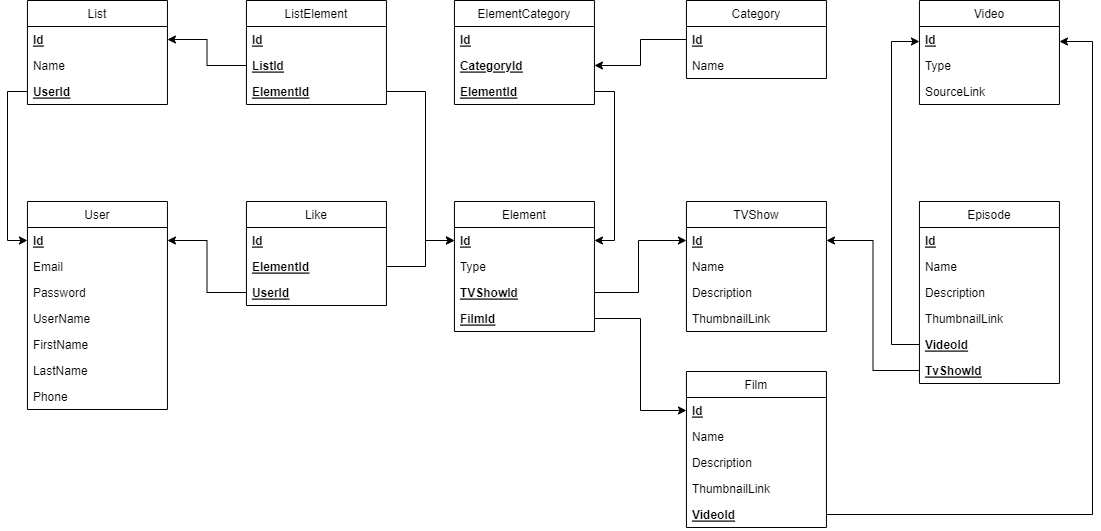
Guiliguigui/GuiFlix keeps this draw.io diagram as ClassDiagram.png. Above is the earlier version. Source tidied: cells renumbered, new cells last; positions are measured from the earlier drawing's top-left corner, leaving out a move shared by most shapes.
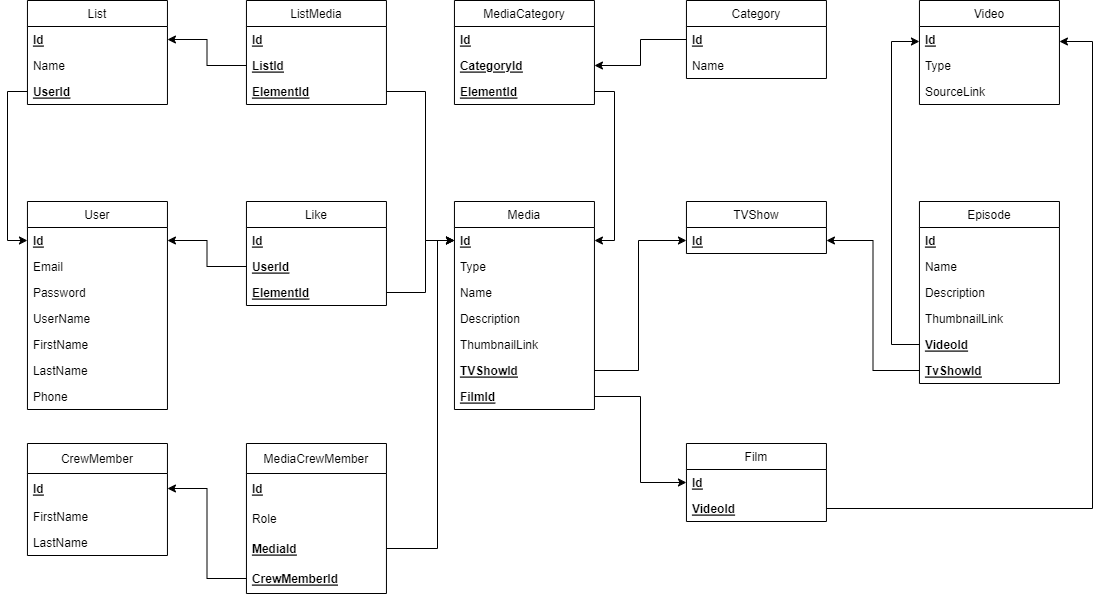
The same diagram one commit later.

Diff of the diagram source:
```diff
@@ -60,37 +60,19 @@
       <mxGeometry y="156" width="140" height="26" as="geometry" />
     </mxCell>
     <mxCell id="21" value="TVShow" style="swimlane;fontStyle=0;horizontal=1;startSize=26;fillColor=none;rounded=0;" parent="1" vertex="1">
-      <mxGeometry x="659" y="201" width="140" height="130" as="geometry" />
+      <mxGeometry x="659" y="201" width="140" height="52" as="geometry" />
     </mxCell>
     <mxCell id="22" value="Id" style="text;strokeColor=none;fillColor=none;align=left;verticalAlign=top;spacingLeft=4;spacingRight=4;overflow=hidden;points=[[0,0.5],[1,0.5]];portConstraint=eastwest;fontStyle=5;rounded=0;" parent="21" vertex="1">
       <mxGeometry y="26" width="140" height="26" as="geometry" />
     </mxCell>
-    <mxCell id="23" value="Name" style="text;strokeColor=none;fillColor=none;align=left;verticalAlign=top;spacingLeft=4;spacingRight=4;overflow=hidden;rounded=0;" parent="21" vertex="1">
-      <mxGeometry y="52" width="140" height="26" as="geometry" />
-    </mxCell>
-    <mxCell id="24" value="Description" style="text;strokeColor=none;fillColor=none;align=left;verticalAlign=top;spacingLeft=4;spacingRight=4;overflow=hidden;rounded=0;" parent="21" vertex="1">
-      <mxGeometry y="78" width="140" height="26" as="geometry" />
-    </mxCell>
-    <mxCell id="25" value="ThumbnailLink" style="text;strokeColor=none;fillColor=none;align=left;verticalAlign=top;spacingLeft=4;spacingRight=4;overflow=hidden;rounded=0;" parent="21" vertex="1">
-      <mxGeometry y="104" width="140" height="26" as="geometry" />
-    </mxCell>
     <mxCell id="26" value="Film" style="swimlane;fontStyle=0;horizontal=1;startSize=26;fillColor=none;rounded=0;" parent="1" vertex="1">
-      <mxGeometry x="659" y="371" width="140" height="156" as="geometry" />
+      <mxGeometry x="659" y="443" width="140" height="78" as="geometry" />
     </mxCell>
     <mxCell id="27" value="Id" style="text;strokeColor=none;fillColor=none;align=left;verticalAlign=top;spacingLeft=4;spacingRight=4;overflow=hidden;points=[[0,0.5],[1,0.5]];portConstraint=eastwest;fontStyle=5;rounded=0;" parent="26" vertex="1">
       <mxGeometry y="26" width="140" height="26" as="geometry" />
     </mxCell>
-    <mxCell id="28" value="Name" style="text;strokeColor=none;fillColor=none;align=left;verticalAlign=top;spacingLeft=4;spacingRight=4;overflow=hidden;rounded=0;" parent="26" vertex="1">
-      <mxGeometry y="52" width="140" height="26" as="geometry" />
-    </mxCell>
-    <mxCell id="29" value="Description" style="text;strokeColor=none;fillColor=none;align=left;verticalAlign=top;spacingLeft=4;spacingRight=4;overflow=hidden;rounded=0;" parent="26" vertex="1">
-      <mxGeometry y="78" width="140" height="26" as="geometry" />
-    </mxCell>
-    <mxCell id="30" value="ThumbnailLink" style="text;strokeColor=none;fillColor=none;align=left;verticalAlign=top;spacingLeft=4;spacingRight=4;overflow=hidden;rounded=0;" parent="26" vertex="1">
-      <mxGeometry y="104" width="140" height="26" as="geometry" />
-    </mxCell>
     <mxCell id="31" value="VideoId" style="text;strokeColor=none;fillColor=none;align=left;verticalAlign=top;spacingLeft=4;spacingRight=4;overflow=hidden;points=[[0,0.5],[1,0.5]];portConstraint=eastwest;fontStyle=5;rounded=0;" parent="26" vertex="1">
-      <mxGeometry y="130" width="140" height="26" as="geometry" />
+      <mxGeometry y="52" width="140" height="26" as="geometry" />
     </mxCell>
     <mxCell id="32" value="List" style="swimlane;fontStyle=0;horizontal=1;startSize=26;fillColor=none;rounded=0;" parent="1" vertex="1">
       <mxGeometry width="140" height="104" as="geometry" />
@@ -104,8 +86,8 @@
     <mxCell id="35" value="UserId" style="text;strokeColor=none;fillColor=none;align=left;verticalAlign=top;spacingLeft=4;spacingRight=4;overflow=hidden;points=[[0,0.5],[1,0.5]];portConstraint=eastwest;fontStyle=5;rounded=0;" parent="32" vertex="1">
       <mxGeometry y="78" width="140" height="26" as="geometry" />
     </mxCell>
-    <mxCell id="36" value="Element" style="swimlane;fontStyle=0;horizontal=1;startSize=26;fillColor=none;rounded=0;" parent="1" vertex="1">
-      <mxGeometry x="426.9" y="201" width="140" height="130" as="geometry" />
+    <mxCell id="36" value="Media" style="swimlane;fontStyle=0;horizontal=1;startSize=26;fillColor=none;rounded=0;" parent="1" vertex="1">
+      <mxGeometry x="426.9" y="201" width="140" height="208" as="geometry" />
     </mxCell>
     <mxCell id="37" value="Id" style="text;strokeColor=none;fillColor=none;align=left;verticalAlign=top;spacingLeft=4;spacingRight=4;overflow=hidden;points=[[0,0.5],[1,0.5]];portConstraint=eastwest;fontStyle=5;rounded=0;" parent="36" vertex="1">
       <mxGeometry y="26" width="140" height="26" as="geometry" />
@@ -113,11 +95,20 @@
     <mxCell id="38" value="Type" style="text;strokeColor=none;fillColor=none;align=left;verticalAlign=top;spacingLeft=4;spacingRight=4;overflow=hidden;rounded=0;" parent="36" vertex="1">
       <mxGeometry y="52" width="140" height="26" as="geometry" />
     </mxCell>
+    <mxCell id="23" value="Name" style="text;strokeColor=none;fillColor=none;align=left;verticalAlign=top;spacingLeft=4;spacingRight=4;overflow=hidden;rounded=0;" parent="36" vertex="1">
+      <mxGeometry y="78" width="140" height="26" as="geometry" />
+    </mxCell>
+    <mxCell id="29" value="Description" style="text;strokeColor=none;fillColor=none;align=left;verticalAlign=top;spacingLeft=4;spacingRight=4;overflow=hidden;rounded=0;" parent="36" vertex="1">
+      <mxGeometry y="104" width="140" height="26" as="geometry" />
+    </mxCell>
+    <mxCell id="30" value="ThumbnailLink" style="text;strokeColor=none;fillColor=none;align=left;verticalAlign=top;spacingLeft=4;spacingRight=4;overflow=hidden;rounded=0;" parent="36" vertex="1">
+      <mxGeometry y="130" width="140" height="26" as="geometry" />
+    </mxCell>
     <mxCell id="39" value="TVShowId" style="text;strokeColor=none;fillColor=none;align=left;verticalAlign=top;spacingLeft=4;spacingRight=4;overflow=hidden;points=[[0,0.5],[1,0.5]];portConstraint=eastwest;fontStyle=5;rounded=0;" parent="36" vertex="1">
-      <mxGeometry y="78" width="140" height="26" as="geometry" />
+      <mxGeometry y="156" width="140" height="26" as="geometry" />
     </mxCell>
     <mxCell id="40" value="FilmId" style="text;strokeColor=none;fillColor=none;align=left;verticalAlign=top;spacingLeft=4;spacingRight=4;overflow=hidden;points=[[0,0.5],[1,0.5]];portConstraint=eastwest;fontStyle=5;rounded=0;" parent="36" vertex="1">
-      <mxGeometry y="104" width="140" height="26" as="geometry" />
+      <mxGeometry y="182" width="140" height="26" as="geometry" />
     </mxCell>
     <mxCell id="41" value="Category" style="swimlane;fontStyle=0;horizontal=1;startSize=26;fillColor=none;rounded=0;" parent="1" vertex="1">
       <mxGeometry x="659" width="140" height="78" as="geometry" />
@@ -131,7 +122,7 @@
     <mxCell id="44" style="edgeStyle=orthogonalEdgeStyle;rounded=0;jettySize=auto;html=1;exitX=0;exitY=0.5;exitDx=0;exitDy=0;entryX=0;entryY=0.5;entryDx=0;entryDy=0;" parent="1" edge="1" source="35" target="3">
       <mxGeometry relative="1" as="geometry" />
     </mxCell>
-    <mxCell id="45" value="ListElement" style="swimlane;fontStyle=0;horizontal=1;startSize=26;fillColor=none;rounded=0;" parent="1" vertex="1">
+    <mxCell id="45" value="ListMedia" style="swimlane;fontStyle=0;horizontal=1;startSize=26;fillColor=none;rounded=0;" parent="1" vertex="1">
       <mxGeometry x="218.9" width="140" height="104" as="geometry" />
     </mxCell>
     <mxCell id="46" value="Id" style="text;strokeColor=none;fillColor=none;align=left;verticalAlign=top;spacingLeft=4;spacingRight=4;overflow=hidden;fontStyle=5;rounded=0;" parent="45" vertex="1">
@@ -165,7 +156,7 @@
     <mxCell id="52" style="edgeStyle=orthogonalEdgeStyle;rounded=0;jettySize=auto;html=1;exitX=1;exitY=0.5;exitDx=0;exitDy=0;entryX=0;entryY=0.5;entryDx=0;entryDy=0;" parent="1" edge="1" source="39" target="22">
       <mxGeometry relative="1" as="geometry">
         <Array as="points">
-          <mxPoint x="611" y="292" />
+          <mxPoint x="611" y="370" />
           <mxPoint x="611" y="240" />
         </Array>
       </mxGeometry>
@@ -173,7 +164,7 @@
     <mxCell id="53" style="edgeStyle=orthogonalEdgeStyle;rounded=0;jettySize=auto;html=1;exitX=1;exitY=0.5;exitDx=0;exitDy=0;entryX=0;entryY=0.5;entryDx=0;entryDy=0;" parent="1" edge="1" source="40" target="27">
       <mxGeometry relative="1" as="geometry" />
     </mxCell>
-    <mxCell id="54" value="ElementCategory" style="swimlane;fontStyle=0;horizontal=1;startSize=26;fillColor=none;rounded=0;" parent="1" vertex="1">
+    <mxCell id="54" value="MediaCategory" style="swimlane;fontStyle=0;horizontal=1;startSize=26;fillColor=none;rounded=0;" parent="1" vertex="1">
       <mxGeometry x="426.9" width="140" height="104" as="geometry" />
     </mxCell>
     <mxCell id="55" value="Id" style="text;strokeColor=none;fillColor=none;align=left;verticalAlign=top;spacingLeft=4;spacingRight=4;overflow=hidden;fontStyle=5;rounded=0;" parent="54" vertex="1">
@@ -202,16 +193,16 @@
     <mxCell id="61" value="Id" style="text;strokeColor=none;fillColor=none;align=left;verticalAlign=top;spacingLeft=4;spacingRight=4;overflow=hidden;fontStyle=5;rounded=0;" parent="60" vertex="1">
       <mxGeometry y="26" width="140" height="26" as="geometry" />
     </mxCell>
+    <mxCell id="63" value="UserId" style="text;strokeColor=none;fillColor=none;align=left;verticalAlign=top;spacingLeft=4;spacingRight=4;overflow=hidden;points=[[0,0.5],[1,0.5]];portConstraint=eastwest;fontStyle=5;rounded=0;" parent="60" vertex="1">
+      <mxGeometry y="52" width="140" height="26" as="geometry" />
+    </mxCell>
     <mxCell id="62" value="ElementId" style="text;strokeColor=none;fillColor=none;align=left;verticalAlign=top;spacingLeft=4;spacingRight=4;overflow=hidden;points=[[0,0.5],[1,0.5]];portConstraint=eastwest;fontStyle=5;rounded=0;" parent="60" vertex="1">
-      <mxGeometry y="52" width="140" height="26" as="geometry" />
+      <mxGeometry y="78" width="140" height="26" as="geometry" />
     </mxCell>
-    <mxCell id="63" value="UserId" style="text;strokeColor=none;fillColor=none;align=left;verticalAlign=top;spacingLeft=4;spacingRight=4;overflow=hidden;points=[[0,0.5],[1,0.5]];portConstraint=eastwest;fontStyle=5;rounded=0;" parent="60" vertex="1">
-      <mxGeometry y="78" width="140" height="26" as="geometry" />
-    </mxCell>
     <mxCell id="64" style="edgeStyle=orthogonalEdgeStyle;rounded=0;jettySize=auto;html=1;exitX=1;exitY=0.5;exitDx=0;exitDy=0;" parent="1" edge="1" source="31" target="11">
       <mxGeometry relative="1" as="geometry">
         <Array as="points">
-          <mxPoint x="1065" y="514" />
+          <mxPoint x="1065" y="508" />
           <mxPoint x="1065" y="41" />
         </Array>
       </mxGeometry>
@@ -225,10 +216,48 @@
     <mxCell id="67" style="edgeStyle=orthogonalEdgeStyle;rounded=0;jettySize=auto;html=1;exitX=1;exitY=0.5;exitDx=0;exitDy=0;" parent="1" edge="1" source="62" target="37">
       <mxGeometry relative="1" as="geometry">
         <Array as="points">
-          <mxPoint x="397.9" y="266" />
-          <mxPoint x="397.9" y="240" />
+          <mxPoint x="398" y="292" />
+          <mxPoint x="398" y="240" />
         </Array>
       </mxGeometry>
     </mxCell>
+    <mxCell id="68" value="CrewMember" style="swimlane;fontStyle=0;horizontal=1;startSize=30;rounded=0;" parent="1" vertex="1">
+      <mxGeometry x="-0.1" y="443" width="140" height="112" as="geometry" />
+    </mxCell>
+    <mxCell id="69" value="Id" style="text;strokeColor=none;fillColor=none;align=left;verticalAlign=middle;spacingLeft=4;spacingRight=4;overflow=hidden;points=[[0,0.5],[1,0.5]];portConstraint=eastwest;rounded=0;fontStyle=5;" parent="68" vertex="1">
+      <mxGeometry y="30" width="140" height="30" as="geometry" />
+    </mxCell>
+    <mxCell id="70" value="FirstName" style="text;strokeColor=none;fillColor=none;align=left;verticalAlign=top;spacingLeft=4;spacingRight=4;overflow=hidden;rounded=0;" parent="68" vertex="1">
+      <mxGeometry y="60" width="140" height="26" as="geometry" />
+    </mxCell>
+    <mxCell id="71" value="LastName" style="text;strokeColor=none;fillColor=none;align=left;verticalAlign=top;spacingLeft=4;spacingRight=4;overflow=hidden;rounded=0;" parent="68" vertex="1">
+      <mxGeometry y="86" width="140" height="26" as="geometry" />
+    </mxCell>
+    <mxCell id="72" value="MediaCrewMember" style="swimlane;fontStyle=0;horizontal=1;startSize=30;rounded=0;" parent="1" vertex="1">
+      <mxGeometry x="218.9" y="443" width="140" height="150" as="geometry" />
+    </mxCell>
+    <mxCell id="73" value="Id" style="text;strokeColor=none;fillColor=none;align=left;verticalAlign=middle;spacingLeft=4;spacingRight=4;overflow=hidden;rounded=0;fontStyle=5;" parent="72" vertex="1">
+      <mxGeometry y="30" width="140" height="30" as="geometry" />
+    </mxCell>
+    <mxCell id="74" value="Role" style="text;strokeColor=none;fillColor=none;align=left;verticalAlign=middle;spacingLeft=4;spacingRight=4;overflow=hidden;rounded=0;fontStyle=0;" parent="72" vertex="1">
+      <mxGeometry y="60" width="140" height="30" as="geometry" />
+    </mxCell>
+    <mxCell id="75" value="MediaId" style="text;strokeColor=none;fillColor=none;align=left;verticalAlign=middle;spacingLeft=4;spacingRight=4;overflow=hidden;points=[[0,0.5],[1,0.5]];portConstraint=eastwest;rounded=0;fontStyle=5;" parent="72" vertex="1">
+      <mxGeometry y="90" width="140" height="30" as="geometry" />
+    </mxCell>
+    <mxCell id="76" value="CrewMemberId" style="text;strokeColor=none;fillColor=none;align=left;verticalAlign=middle;spacingLeft=4;spacingRight=4;overflow=hidden;points=[[0,0.5],[1,0.5]];portConstraint=eastwest;rounded=0;fontStyle=5;" parent="72" vertex="1">
+      <mxGeometry y="120" width="140" height="30" as="geometry" />
+    </mxCell>
+    <mxCell id="77" style="edgeStyle=orthogonalEdgeStyle;jettySize=auto;html=1;entryX=0;entryY=0.5;entryDx=0;entryDy=0;rounded=0;exitX=1;exitY=0.5;exitDx=0;exitDy=0;" parent="1" edge="1" source="75" target="37">
+      <mxGeometry relative="1" as="geometry">
+        <Array as="points">
+          <mxPoint x="410" y="548" />
+          <mxPoint x="410" y="240" />
+        </Array>
+      </mxGeometry>
+    </mxCell>
+    <mxCell id="78" style="edgeStyle=orthogonalEdgeStyle;jettySize=auto;html=1;exitX=0;exitY=0.5;exitDx=0;exitDy=0;entryX=1;entryY=0.5;entryDx=0;entryDy=0;rounded=0;" parent="1" edge="1" source="76" target="69">
+      <mxGeometry relative="1" as="geometry" />
+    </mxCell>
   </root>
 </mxGraphModel>
```
